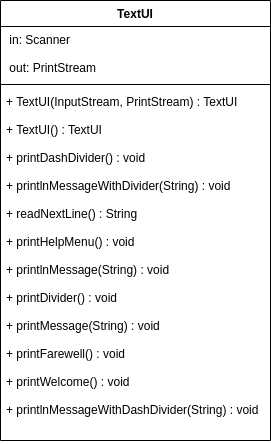
Before: docs/images/developerguide/TextUIComponent.drawio.png, a diagram exported from draw.io (nus-cs2113-AY2122S2/tp). Source tidied: cells renumbered, new cells last; positions are measured from the earlier drawing's top-left corner, leaving out a move shared by most shapes.
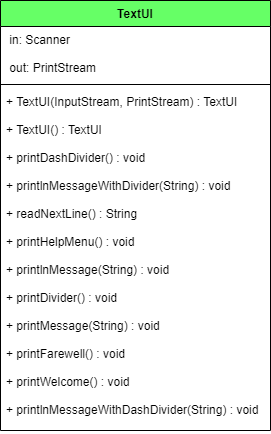
The same file after the commit.

Commit message:
Update TextUIComponent colour

Change to the diagram source:
```diff
@@ -2,8 +2,8 @@
   <root>
     <mxCell id="0" />
     <mxCell id="1" parent="0" />
-    <mxCell id="2" value="TextUI" style="swimlane;fontStyle=1;align=center;verticalAlign=top;horizontal=1;startSize=26;" parent="1" vertex="1">
-      <mxGeometry width="270" height="440" as="geometry" />
+    <mxCell id="2" value="TextUI" style="swimlane;fontStyle=1;align=center;verticalAlign=top;horizontal=1;startSize=26;fillColor=#66FF66;" parent="1" vertex="1">
+      <mxGeometry width="270" height="430" as="geometry" />
     </mxCell>
     <mxCell id="3" value=" in: Scanner&#10;&#10; out: PrintStream" style="text;strokeColor=none;fillColor=none;align=left;verticalAlign=top;spacingLeft=4;spacingRight=4;overflow=hidden;" parent="2" vertex="1">
       <mxGeometry y="26" width="270" height="54" as="geometry" />
@@ -12,7 +12,7 @@
       <mxGeometry y="80" width="270" height="8" as="geometry" />
     </mxCell>
     <mxCell id="5" value="+ TextUI(InputStream, PrintStream) : TextUI&#10;&#10;+ TextUI() : TextUI&#10;&#10;+ printDashDivider() : void&#10;&#10;+ printlnMessageWithDivider(String) : void&#10;&#10;+ readNextLine() : String&#10;&#10;+ printHelpMenu() : void&#10;&#10;+ printlnMessage(String) : void&#10;&#10;+ printDivider() : void&#10;&#10;+ printMessage(String) : void&#10;&#10;+ printFarewell() : void&#10;&#10;+ printWelcome() : void&#10;&#10;+ printlnMessageWithDashDivider(String) : void" style="text;strokeColor=none;fillColor=none;align=left;verticalAlign=top;spacingLeft=4;spacingRight=4;overflow=hidden;spacingTop=0;" parent="2" vertex="1">
-      <mxGeometry y="88" width="270" height="352" as="geometry" />
+      <mxGeometry y="88" width="270" height="342" as="geometry" />
     </mxCell>
   </root>
 </mxGraphModel>
```
